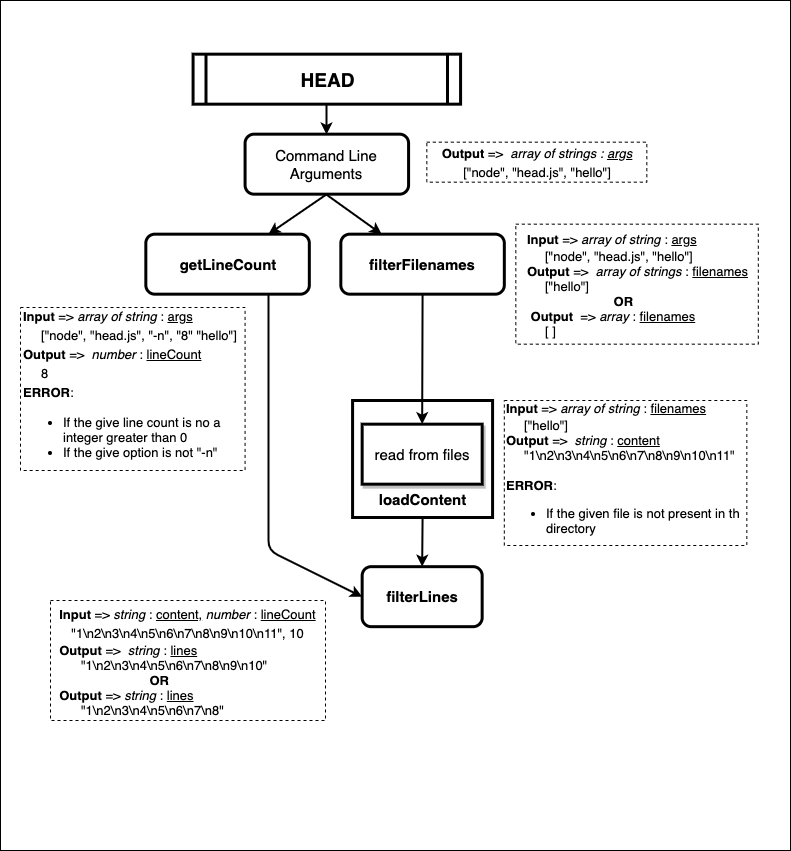
This is doc/head.png from step-batch-7/jsTools-sukhiboi, a draw.io export, as it was before one commit. Source tidied: cells renumbered, new cells last; positions are measured from the earlier drawing's top-left corner, leaving out a move shared by most shapes.
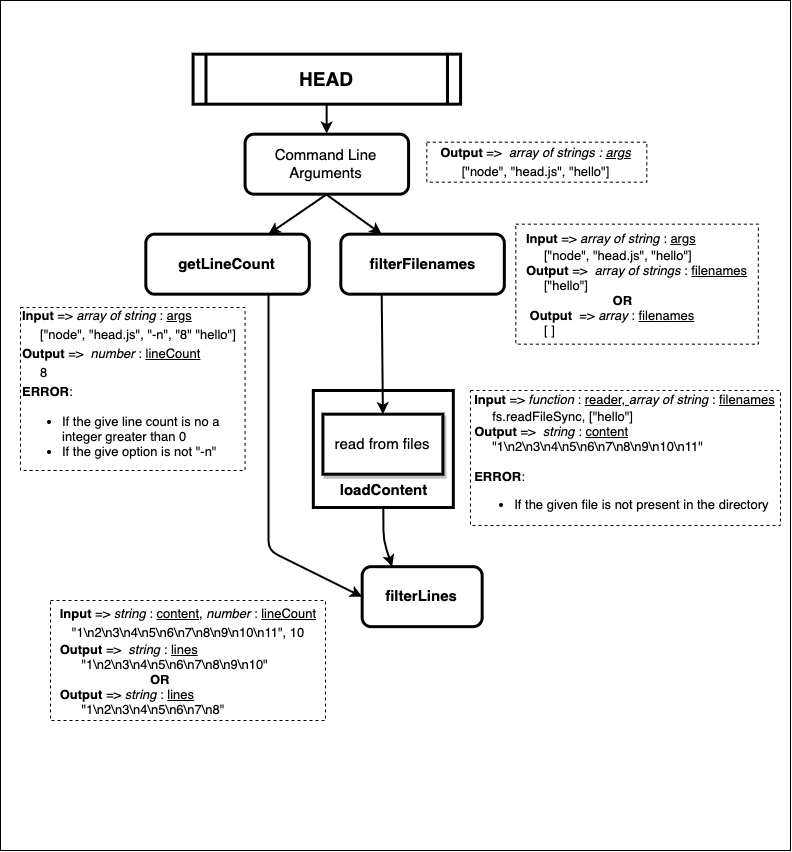
After the commit.

What changed in the source:
```diff
@@ -29,19 +29,23 @@
       </mxGeometry>
     </mxCell>
     <mxCell id="10" style="rounded=0;whiteSpace=wrap;html=1;strokeWidth=3;fontSize=15;" parent="1" vertex="1">
-      <mxGeometry x="352.1" y="400" width="140" height="117" as="geometry" />
+      <mxGeometry x="312.8" y="390" width="140" height="117" as="geometry" />
     </mxCell>
     <mxCell id="11" value="read from files" style="rounded=0;whiteSpace=wrap;html=1;strokeWidth=3;fontSize=15;glass=0;shadow=1;comic=0;" parent="1" vertex="1">
-      <mxGeometry x="361.7" y="423.7" width="120" height="60" as="geometry" />
+      <mxGeometry x="322.4" y="413.7" width="120" height="60" as="geometry" />
     </mxCell>
     <mxCell id="12" value="&lt;b&gt;filterLines&lt;/b&gt;" style="rounded=1;whiteSpace=wrap;html=1;strokeWidth=3;fontSize=15;" parent="1" vertex="1">
       <mxGeometry x="361.7" y="566.2" width="120" height="60" as="geometry" />
     </mxCell>
     <mxCell id="13" value="&lt;b&gt;&lt;font style=&quot;font-size: 15px&quot;&gt;loadContent&lt;/font&gt;&lt;/b&gt;" style="text;html=1;strokeColor=none;fillColor=none;align=center;verticalAlign=middle;whiteSpace=wrap;rounded=0;fontSize=16;" parent="1" vertex="1">
-      <mxGeometry x="401.7" y="489" width="40" height="20" as="geometry" />
+      <mxGeometry x="362.4" y="479" width="40" height="20" as="geometry" />
     </mxCell>
-    <mxCell id="14" style="endArrow=classic;html=1;fontSize=16;exitX=0.5;exitY=1;exitDx=0;exitDy=0;entryX=0.5;entryY=0;entryDx=0;entryDy=0;strokeWidth=2;" parent="1" edge="1" source="10" target="12">
-      <mxGeometry relative="1" as="geometry" />
+    <mxCell id="14" style="endArrow=classic;html=1;fontSize=16;exitX=0.5;exitY=1;exitDx=0;exitDy=0;entryX=0.25;entryY=0;entryDx=0;entryDy=0;strokeWidth=2;" parent="1" edge="1" source="10" target="12">
+      <mxGeometry relative="1" as="geometry">
+        <Array as="points">
+          <mxPoint x="383" y="540" />
+        </Array>
+      </mxGeometry>
     </mxCell>
     <mxCell id="15" value="&lt;font style=&quot;font-size: 13px&quot;&gt;&lt;b&gt;Output&lt;/b&gt; =&amp;gt;&amp;nbsp;&lt;i&gt; array of strings : &lt;u&gt;args&lt;/u&gt;&lt;/i&gt;&lt;br&gt;[&quot;node&quot;, &quot;head.js&quot;, &quot;hello&quot;]&lt;/font&gt;" style="text;html=1;strokeColor=#000000;fillColor=none;align=center;verticalAlign=middle;whiteSpace=wrap;rounded=0;fontSize=16;dashed=1;" parent="1" vertex="1">
       <mxGeometry x="426.3" y="141.7" width="220" height="40" as="geometry" />
@@ -52,8 +56,8 @@
     <mxCell id="17" value="&lt;font style=&quot;font-size: 13px&quot;&gt;&lt;span style=&quot;white-space: normal&quot;&gt;&lt;b&gt;Input&lt;/b&gt; =&amp;gt; &lt;i&gt;array of string&lt;/i&gt; : &lt;u&gt;args&lt;/u&gt;&lt;/span&gt;&lt;br style=&quot;white-space: normal&quot;&gt;&lt;span style=&quot;white-space: normal&quot;&gt;&amp;nbsp; &amp;nbsp; &amp;nbsp;[&quot;node&quot;, &quot;head.js&quot;, &quot;-n&quot;, &quot;8&quot; &quot;hello&quot;]&lt;/span&gt;&lt;br style=&quot;white-space: normal&quot;&gt;&lt;span style=&quot;white-space: normal&quot;&gt;&lt;b&gt;Output&lt;/b&gt; =&amp;gt;&amp;nbsp; &lt;i&gt;number&lt;/i&gt; : &lt;u&gt;lineCount&lt;/u&gt;&lt;/span&gt;&lt;br style=&quot;white-space: normal&quot;&gt;&amp;nbsp; &amp;nbsp; &amp;nbsp;8&lt;br&gt;&lt;b&gt;ERROR&lt;/b&gt;:&amp;nbsp;&lt;br&gt;&lt;ul&gt;&lt;li&gt;&lt;font style=&quot;font-size: 13px&quot;&gt;If the give line count is no a integer greater than 0&lt;/font&gt;&lt;/li&gt;&lt;li&gt;If the give option is not &quot;-n&quot;&lt;/li&gt;&lt;/ul&gt;&lt;/font&gt;" style="rounded=0;whiteSpace=wrap;html=1;dashed=1;strokeColor=#000000;strokeWidth=1;fillColor=none;fontSize=16;align=left;" parent="1" vertex="1">
       <mxGeometry x="20" y="307" width="224.6" height="163" as="geometry" />
     </mxCell>
-    <mxCell id="18" value="&lt;div style=&quot;text-align: left&quot;&gt;&lt;b style=&quot;font-size: 13px&quot;&gt;Input&lt;/b&gt;&lt;span style=&quot;font-size: 13px&quot;&gt; =&amp;gt;&lt;/span&gt;&lt;i style=&quot;font-size: 13px&quot;&gt; array of string &lt;/i&gt;&lt;span style=&quot;font-size: 13px&quot;&gt;: &lt;u&gt;filenames&lt;/u&gt;&lt;/span&gt;&lt;/div&gt;&lt;font style=&quot;font-size: 13px&quot;&gt;&lt;div style=&quot;text-align: left&quot;&gt;&lt;span&gt;&amp;nbsp; &amp;nbsp; &amp;nbsp;[&quot;hello&quot;]&lt;/span&gt;&lt;/div&gt;&lt;span style=&quot;white-space: normal&quot;&gt;&lt;div style=&quot;text-align: left&quot;&gt;&lt;b&gt;Output&lt;/b&gt;&lt;span&gt; =&amp;gt;&amp;nbsp;&lt;/span&gt;&lt;i&gt;&amp;nbsp;string&amp;nbsp;&lt;/i&gt;:&lt;i&gt;&amp;nbsp;&lt;/i&gt;&lt;u&gt;content&lt;/u&gt;&lt;/div&gt;&lt;div style=&quot;text-align: left&quot;&gt;&amp;nbsp; &amp;nbsp; &amp;nbsp;&quot;1\n2\n3\n4\n5\n6\n7\n8\n9\n10\n11&quot;&lt;/div&gt;&lt;div style=&quot;text-align: left&quot;&gt;&lt;b&gt;&lt;br class=&quot;Apple-interchange-newline&quot;&gt;ERROR&lt;/b&gt;:&amp;nbsp;&lt;br&gt;&lt;ul&gt;&lt;li&gt;If the given file is not present in th directory&lt;/li&gt;&lt;/ul&gt;&lt;/div&gt;&lt;/span&gt;&lt;/font&gt;" style="rounded=0;whiteSpace=wrap;html=1;dashed=1;strokeColor=#000000;strokeWidth=1;fillColor=none;fontSize=16;" parent="1" vertex="1">
-      <mxGeometry x="503.8" y="400" width="242.5" height="145" as="geometry" />
+    <mxCell id="18" value="&lt;div style=&quot;text-align: left&quot;&gt;&lt;b style=&quot;font-size: 13px&quot;&gt;Input&lt;/b&gt;&lt;span style=&quot;font-size: 13px&quot;&gt; =&amp;gt;&lt;/span&gt;&lt;i style=&quot;font-size: 13px&quot;&gt;&amp;nbsp;function &lt;/i&gt;&lt;span style=&quot;font-size: 13px&quot;&gt;: &lt;u&gt;reader,&amp;nbsp;&lt;/u&gt;&lt;/span&gt;&lt;i style=&quot;font-size: 13px&quot;&gt;array of string &lt;/i&gt;&lt;span style=&quot;font-size: 13px&quot;&gt;: &lt;u&gt;filenames&lt;/u&gt;&lt;/span&gt;&lt;/div&gt;&lt;font style=&quot;font-size: 13px&quot;&gt;&lt;div style=&quot;text-align: left&quot;&gt;&lt;span&gt;&amp;nbsp; &amp;nbsp; &amp;nbsp;fs.readFileSync, [&quot;hello&quot;]&lt;/span&gt;&lt;/div&gt;&lt;span style=&quot;white-space: normal&quot;&gt;&lt;div style=&quot;text-align: left&quot;&gt;&lt;b&gt;Output&lt;/b&gt;&lt;span&gt; =&amp;gt;&amp;nbsp;&lt;/span&gt;&lt;i&gt;&amp;nbsp;string&amp;nbsp;&lt;/i&gt;:&lt;i&gt;&amp;nbsp;&lt;/i&gt;&lt;u&gt;content&lt;/u&gt;&lt;/div&gt;&lt;div style=&quot;text-align: left&quot;&gt;&amp;nbsp; &amp;nbsp; &amp;nbsp;&quot;1\n2\n3\n4\n5\n6\n7\n8\n9\n10\n11&quot;&lt;/div&gt;&lt;div style=&quot;text-align: left&quot;&gt;&lt;b&gt;&lt;br class=&quot;Apple-interchange-newline&quot;&gt;ERROR&lt;/b&gt;:&amp;nbsp;&lt;br&gt;&lt;ul&gt;&lt;li&gt;If the given file is not present in the directory&lt;/li&gt;&lt;/ul&gt;&lt;/div&gt;&lt;/span&gt;&lt;/font&gt;" style="rounded=0;whiteSpace=wrap;html=1;dashed=1;strokeColor=#000000;strokeWidth=1;fillColor=none;fontSize=16;" parent="1" vertex="1">
+      <mxGeometry x="470" y="390" width="310" height="135" as="geometry" />
     </mxCell>
     <mxCell id="19" style="endArrow=classic;html=1;fontSize=16;entryX=0;entryY=0.5;entryDx=0;entryDy=0;strokeWidth=2;exitX=0.75;exitY=1;exitDx=0;exitDy=0;" parent="1" edge="1" source="7" target="12">
       <mxGeometry relative="1" as="geometry">
@@ -65,7 +69,7 @@
     <mxCell id="20" value="&lt;div style=&quot;text-align: left&quot;&gt;&lt;b style=&quot;font-size: 13px&quot;&gt;Input&lt;/b&gt;&lt;span style=&quot;font-size: 13px&quot;&gt; =&amp;gt;&lt;/span&gt;&lt;i style=&quot;font-size: 13px&quot;&gt; string&amp;nbsp;&lt;/i&gt;&lt;span style=&quot;font-size: 13px&quot;&gt;: &lt;u&gt;content,&lt;/u&gt;&amp;nbsp;&lt;i&gt;number&lt;/i&gt;&amp;nbsp;: &lt;u&gt;lineCount&lt;/u&gt;&lt;/span&gt;&lt;/div&gt;&lt;font style=&quot;font-size: 13px&quot;&gt;&lt;span style=&quot;text-align: left&quot;&gt;&quot;1\n2\n3\n4\n5\n6\n7\n8\n9\n10\n11&quot;, 10&lt;/span&gt;&lt;span style=&quot;white-space: normal&quot;&gt;&lt;div style=&quot;text-align: left&quot;&gt;&lt;b&gt;Output&lt;/b&gt;&lt;span&gt; =&amp;gt;&amp;nbsp;&lt;/span&gt;&lt;i&gt;&amp;nbsp;string&amp;nbsp;&lt;/i&gt;:&lt;i&gt;&amp;nbsp;&lt;/i&gt;&lt;u&gt;lines&lt;/u&gt;&lt;/div&gt;&lt;div style=&quot;text-align: left&quot;&gt;&amp;nbsp; &amp;nbsp; &amp;nbsp; &quot;1\n2\n3\n4\n5\n6\n7\n8\n9\n10&quot;&lt;/div&gt;&lt;div style=&quot;text-align: left&quot;&gt;&amp;nbsp; &amp;nbsp; &amp;nbsp; &amp;nbsp; &amp;nbsp; &amp;nbsp; &amp;nbsp; &amp;nbsp; &amp;nbsp; &amp;nbsp; &amp;nbsp; &amp;nbsp; &amp;nbsp;&lt;b&gt;OR&lt;/b&gt;&lt;/div&gt;&lt;div style=&quot;text-align: left&quot;&gt;&lt;b&gt;Output &lt;/b&gt;=&amp;gt; &lt;i&gt;string &lt;/i&gt;: &lt;u&gt;lines&lt;/u&gt;&lt;/div&gt;&lt;div style=&quot;text-align: left&quot;&gt;&amp;nbsp; &amp;nbsp; &amp;nbsp; &quot;1\n2\n3\n4\n5\n6\n7\n8&quot;&lt;/div&gt;&lt;/span&gt;&lt;/font&gt;" style="rounded=0;whiteSpace=wrap;html=1;dashed=1;strokeColor=#000000;strokeWidth=1;fillColor=none;fontSize=16;" parent="1" vertex="1">
       <mxGeometry x="50" y="600" width="275" height="120" as="geometry" />
     </mxCell>
-    <mxCell id="21" style="endArrow=classic;html=1;fontSize=15;exitX=0.5;exitY=1;exitDx=0;exitDy=0;entryX=0.5;entryY=0;entryDx=0;entryDy=0;strokeWidth=2;" parent="1" edge="1" source="6" target="11">
+    <mxCell id="21" style="endArrow=classic;html=1;fontSize=15;exitX=0.25;exitY=1;exitDx=0;exitDy=0;entryX=0.5;entryY=0;entryDx=0;entryDy=0;strokeWidth=2;" parent="1" edge="1" source="6" target="11">
       <mxGeometry relative="1" as="geometry" />
     </mxCell>
   </root>
```
